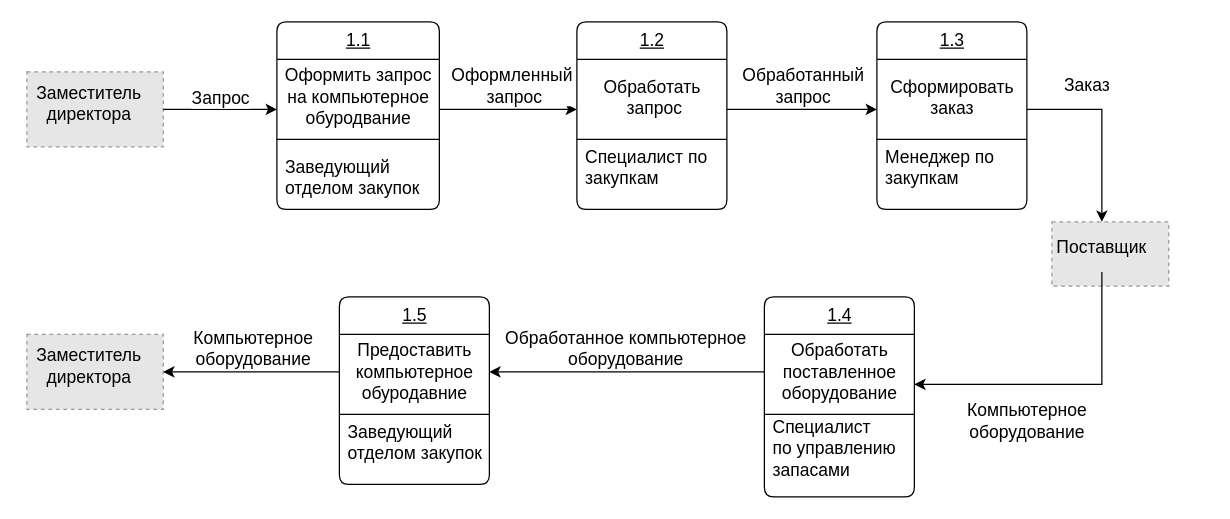
Before: Documentation/Drawio/DFD.drawio in Houndrace/Computer_equipment_procurement_department_course_work, a draw.io diagram. Source tidied: cells renumbered, new cells numbered last; positions are measured from the earlier drawing's top-left corner, leaving out a move shared by most shapes. Both pictures are drawn from the tidied source at 125%, with x=0, y=0 at pixel (26, 21). Pictures stored in the file or linked from it are replaced by grey dashed boxes.
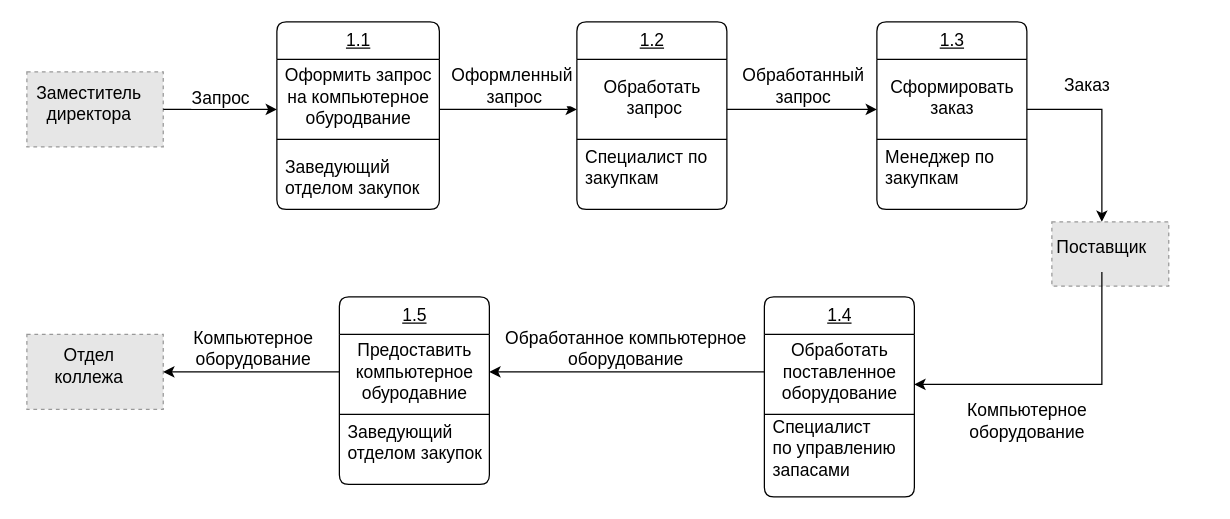
After the change.

Unchanged cells that the change refers to:
```xml
<mxCell id="45" style="group;shadow=1;strokeWidth=1;fontSize=14;gradientColor=none;" parent="1" vertex="1">
  <mxGeometry y="250" width="120" height="70" as="geometry" />
</mxCell>
```

Diff of the diagram source:
```diff
@@
-    <mxCell id="47" value="&lt;div&gt;Заместитель&lt;/div&gt;&lt;div&gt;директора&lt;br&gt;&lt;/div&gt;" style="text;html=1;strokeColor=none;fillColor=none;align=center;verticalAlign=middle;whiteSpace=wrap;rounded=0;fontSize=14;" parent="45" vertex="1">
+    <mxCell id="47" value="Отдел коллежа" style="text;html=1;strokeColor=none;fillColor=none;align=center;verticalAlign=middle;whiteSpace=wrap;rounded=0;fontSize=14;" parent="45" vertex="1">
       <mxGeometry width="100" height="50" as="geometry" />
     </mxCell>
```
